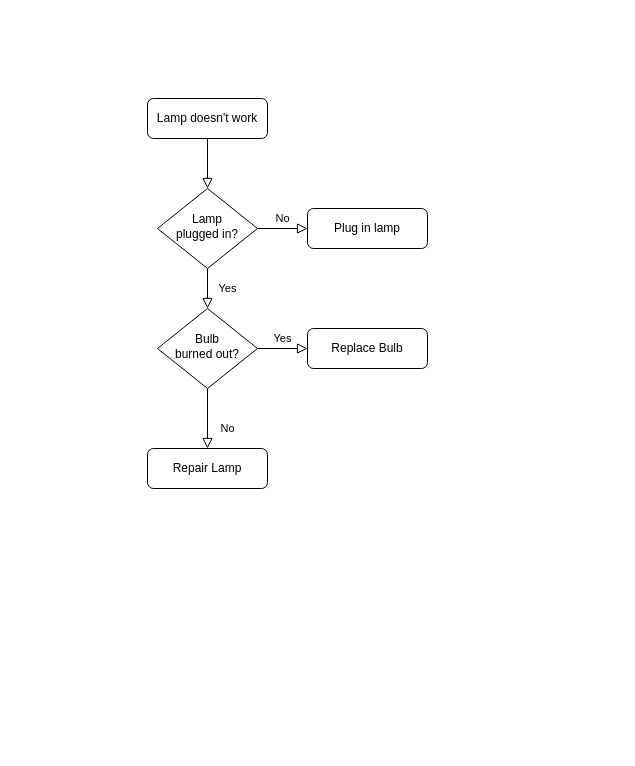
This is Untitled Diagram.drawio from keilon-araujo/teste, a draw.io file, before an edit. Source tidied: cells renumbered, new cells numbered last; positions are measured from the earlier drawing's top-left corner, leaving out a move shared by most shapes. Both pictures are drawn from the tidied source at 100%, with x=0, y=0 at pixel (147, 98).
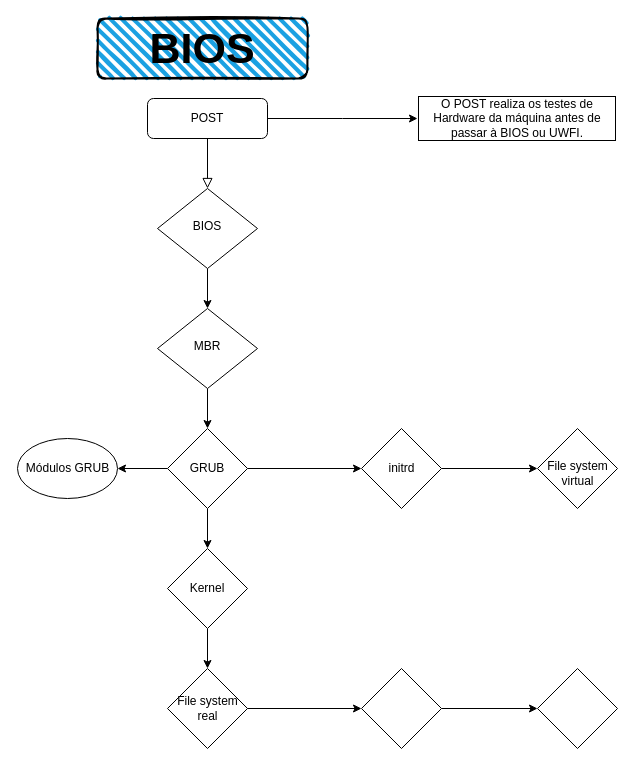
The same page after the edit.

What changed in the source:
```diff
@@
+    <mxCell id="13" style="edgeStyle=orthogonalEdgeStyle;rounded=0;jettySize=auto;html=1;fontSize=12;fontColor=#000000;" parent="1" edge="1" source="3">
+      <mxGeometry relative="1" as="geometry">
+        <mxPoint x="270" y="20" as="targetPoint" />
+      </mxGeometry>
+    </mxCell>
-    <mxCell id="3" value="Lamp doesn't work" style="rounded=1;whiteSpace=wrap;html=1;fontSize=12;glass=0;strokeWidth=1;shadow=0;" parent="1" vertex="1">
+    <mxCell id="3" value="POST" style="rounded=1;whiteSpace=wrap;html=1;fontSize=12;glass=0;strokeWidth=1;shadow=0;" parent="1" vertex="1">
       <mxGeometry width="120" height="40" as="geometry" />
     </mxCell>
-    <mxCell id="4" value="Yes" style="rounded=0;html=1;jettySize=auto;fontSize=11;endArrow=block;endFill=0;endSize=8;strokeWidth=1;shadow=0;labelBackgroundColor=none;edgeStyle=orthogonalEdgeStyle;" parent="1" edge="1" source="6" target="10">
-      <mxGeometry y="20" relative="1" as="geometry" />
+    <mxCell id="4" style="edgeStyle=orthogonalEdgeStyle;rounded=0;jettySize=auto;html=1;exitX=0.5;exitY=1;exitDx=0;exitDy=0;entryX=0.5;entryY=0;entryDx=0;entryDy=0;fontSize=43;fontColor=#000000;" parent="1" edge="1" source="6" target="10">
+      <mxGeometry relative="1" as="geometry" />
     </mxCell>
-    <mxCell id="5" value="No" style="edgeStyle=orthogonalEdgeStyle;rounded=0;html=1;jettySize=auto;fontSize=11;endArrow=block;endFill=0;endSize=8;strokeWidth=1;shadow=0;labelBackgroundColor=none;" parent="1" edge="1" source="6" target="7">
-      <mxGeometry y="10" relative="1" as="geometry" />
-    </mxCell>
-    <mxCell id="6" value="Lamp&lt;br&gt;plugged in?" style="rhombus;whiteSpace=wrap;html=1;shadow=0;fontFamily=Helvetica;fontSize=12;align=center;strokeWidth=1;spacing=6;spacingTop=-4;" parent="1" vertex="1">
+    <mxCell id="6" value="BIOS" style="rhombus;whiteSpace=wrap;html=1;shadow=0;fontFamily=Helvetica;fontSize=12;align=center;strokeWidth=1;spacing=6;spacingTop=-4;" parent="1" vertex="1">
       <mxGeometry x="10" y="90" width="100" height="80" as="geometry" />
     </mxCell>
-    <mxCell id="7" value="Plug in lamp" style="rounded=1;whiteSpace=wrap;html=1;fontSize=12;glass=0;strokeWidth=1;shadow=0;" parent="1" vertex="1">
-      <mxGeometry x="160" y="110" width="120" height="40" as="geometry" />
-    </mxCell>
-    <mxCell id="8" value="No" style="rounded=0;html=1;jettySize=auto;fontSize=11;endArrow=block;endFill=0;endSize=8;strokeWidth=1;shadow=0;labelBackgroundColor=none;edgeStyle=orthogonalEdgeStyle;" parent="1" edge="1" source="10" target="11">
-      <mxGeometry x="0.33" y="20" relative="1" as="geometry" />
-    </mxCell>
-    <mxCell id="9" value="Yes" style="edgeStyle=orthogonalEdgeStyle;rounded=0;html=1;jettySize=auto;fontSize=11;endArrow=block;endFill=0;endSize=8;strokeWidth=1;shadow=0;labelBackgroundColor=none;" parent="1" edge="1" source="10" target="12">
-      <mxGeometry y="10" relative="1" as="geometry" />
-    </mxCell>
+    <mxCell id="14" style="edgeStyle=orthogonalEdgeStyle;rounded=0;jettySize=auto;html=1;exitX=0.5;exitY=1;exitDx=0;exitDy=0;fontSize=43;fontColor=#000000;" parent="1" edge="1" source="10" target="20">
+      <mxGeometry relative="1" as="geometry" />
+    </mxCell>
-    <mxCell id="10" value="Bulb&lt;br&gt;burned out?" style="rhombus;whiteSpace=wrap;html=1;shadow=0;fontFamily=Helvetica;fontSize=12;align=center;strokeWidth=1;spacing=6;spacingTop=-4;" parent="1" vertex="1">
+    <mxCell id="10" value="MBR" style="rhombus;whiteSpace=wrap;html=1;shadow=0;fontFamily=Helvetica;fontSize=12;align=center;strokeWidth=1;spacing=6;spacingTop=-4;" parent="1" vertex="1">
       <mxGeometry x="10" y="210" width="100" height="80" as="geometry" />
     </mxCell>
-    <mxCell id="11" value="Repair Lamp" style="rounded=1;whiteSpace=wrap;html=1;fontSize=12;glass=0;strokeWidth=1;shadow=0;" parent="1" vertex="1">
-      <mxGeometry y="350" width="120" height="40" as="geometry" />
-    </mxCell>
-    <mxCell id="12" value="Replace Bulb" style="rounded=1;whiteSpace=wrap;html=1;fontSize=12;glass=0;strokeWidth=1;shadow=0;" parent="1" vertex="1">
-      <mxGeometry x="160" y="230" width="120" height="40" as="geometry" />
-    </mxCell>
+    <mxCell id="15" style="rounded=1;whiteSpace=wrap;html=1;strokeWidth=2;fillWeight=4;hachureGap=8;hachureAngle=45;fillColor=#1ba1e2;sketch=1;" parent="1" vertex="1">
+      <mxGeometry x="-50" y="-80" width="210" height="60" as="geometry" />
+    </mxCell>
+    <mxCell id="16" value="&lt;b style=&quot;font-size: 43px;&quot;&gt;&lt;font style=&quot;font-size: 43px;&quot;&gt;BIOS&lt;/font&gt;&lt;/b&gt;" style="text;html=1;align=center;verticalAlign=middle;whiteSpace=wrap;rounded=0;fontSize=43;" parent="1" vertex="1">
+      <mxGeometry x="35" y="-60" width="40" height="20" as="geometry" />
+    </mxCell>
+    <mxCell id="17" style="edgeStyle=orthogonalEdgeStyle;rounded=0;jettySize=auto;html=1;entryX=0;entryY=0.5;entryDx=0;entryDy=0;fontSize=43;fontColor=#000000;" parent="1" edge="1" source="20" target="22">
+      <mxGeometry relative="1" as="geometry" />
+    </mxCell>
+    <mxCell id="18" style="edgeStyle=orthogonalEdgeStyle;rounded=0;jettySize=auto;html=1;exitX=0;exitY=0.5;exitDx=0;exitDy=0;entryX=1;entryY=0.5;entryDx=0;entryDy=0;fontSize=12;fontColor=#000000;" parent="1" edge="1" source="20" target="24">
+      <mxGeometry relative="1" as="geometry" />
+    </mxCell>
+    <mxCell id="19" style="edgeStyle=orthogonalEdgeStyle;rounded=0;jettySize=auto;html=1;exitX=0.5;exitY=1;exitDx=0;exitDy=0;entryX=0.5;entryY=0;entryDx=0;entryDy=0;fontSize=12;fontColor=#000000;" parent="1" edge="1" source="20" target="29">
+      <mxGeometry relative="1" as="geometry" />
+    </mxCell>
+    <mxCell id="20" style="rhombus;whiteSpace=wrap;html=1;strokeWidth=1;fontSize=43;fontColor=#000000;" parent="1" vertex="1">
+      <mxGeometry x="20" y="330" width="80" height="80" as="geometry" />
+    </mxCell>
+    <mxCell id="21" style="edgeStyle=orthogonalEdgeStyle;rounded=0;jettySize=auto;html=1;exitX=1;exitY=0.5;exitDx=0;exitDy=0;fontSize=12;fontColor=#000000;" parent="1" edge="1" source="22" target="27">
+      <mxGeometry relative="1" as="geometry" />
+    </mxCell>
+    <mxCell id="22" style="rhombus;whiteSpace=wrap;html=1;strokeWidth=1;fontSize=43;fontColor=#000000;" parent="1" vertex="1">
+      <mxGeometry x="214" y="330" width="80" height="80" as="geometry" />
+    </mxCell>
+    <mxCell id="23" value="GRUB&lt;br style=&quot;font-size: 12px;&quot;&gt;" style="text;html=1;strokeColor=none;fillColor=none;align=center;verticalAlign=middle;whiteSpace=wrap;rounded=0;fontSize=12;fontColor=#000000;" parent="1" vertex="1">
+      <mxGeometry x="40" y="360" width="40" height="20" as="geometry" />
+    </mxCell>
+    <mxCell id="24" style="ellipse;whiteSpace=wrap;html=1;strokeWidth=1;fontSize=12;fontColor=#000000;" parent="1" vertex="1">
+      <mxGeometry x="-130" y="340" width="100" height="60" as="geometry" />
+    </mxCell>
+    <mxCell id="25" value="Módulos GRUB&lt;br&gt;" style="text;html=1;align=center;verticalAlign=middle;fontSize=12;fontColor=#000000;" parent="1" vertex="1">
+      <mxGeometry x="-130" y="360" width="100" height="20" as="geometry" />
+    </mxCell>
+    <mxCell id="26" value="O POST realiza os testes de Hardware da máquina antes de passar à BIOS ou UWFI." style="text;html=1;strokeColor=none;fillColor=none;align=center;verticalAlign=middle;whiteSpace=wrap;rounded=0;labelBackgroundColor=#ffffff;fontSize=12;fontColor=#000000;labelBorderColor=#000000;" parent="1" vertex="1">
+      <mxGeometry x="270" y="-10" width="200" height="60" as="geometry" />
+    </mxCell>
+    <mxCell id="27" style="rhombus;whiteSpace=wrap;html=1;labelBackgroundColor=#ffffff;strokeWidth=1;fontSize=12;fontColor=#000000;" parent="1" vertex="1">
+      <mxGeometry x="390" y="330" width="80" height="80" as="geometry" />
+    </mxCell>
+    <mxCell id="28" style="edgeStyle=orthogonalEdgeStyle;rounded=0;jettySize=auto;html=1;exitX=0.5;exitY=1;exitDx=0;exitDy=0;entryX=0.5;entryY=0;entryDx=0;entryDy=0;fontSize=12;fontColor=#000000;" parent="1" edge="1" source="29" target="30">
+      <mxGeometry relative="1" as="geometry" />
+    </mxCell>
+    <mxCell id="29" style="rhombus;whiteSpace=wrap;html=1;labelBackgroundColor=#ffffff;strokeWidth=1;fontSize=12;fontColor=#000000;" parent="1" vertex="1">
+      <mxGeometry x="20" y="450" width="80" height="80" as="geometry" />
+    </mxCell>
+    <mxCell id="30" style="rhombus;whiteSpace=wrap;html=1;labelBackgroundColor=#ffffff;strokeWidth=1;fontSize=12;fontColor=#000000;" parent="1" vertex="1">
+      <mxGeometry x="20" y="570" width="80" height="80" as="geometry" />
+    </mxCell>
+    <mxCell id="31" style="rhombus;whiteSpace=wrap;html=1;labelBackgroundColor=#ffffff;strokeWidth=1;fontSize=12;fontColor=#000000;" parent="1" vertex="1">
+      <mxGeometry x="390" y="570" width="80" height="80" as="geometry" />
+    </mxCell>
+    <mxCell id="32" style="edgeStyle=orthogonalEdgeStyle;rounded=0;jettySize=auto;html=1;exitX=1;exitY=0.5;exitDx=0;exitDy=0;fontSize=12;fontColor=#000000;" parent="1" edge="1" source="33" target="31">
+      <mxGeometry relative="1" as="geometry" />
+    </mxCell>
+    <mxCell id="33" style="rhombus;whiteSpace=wrap;html=1;labelBackgroundColor=#ffffff;strokeWidth=1;fontSize=12;fontColor=#000000;" parent="1" vertex="1">
+      <mxGeometry x="214" y="570" width="80" height="80" as="geometry" />
+    </mxCell>
+    <mxCell id="34" value="Kernel" style="text;html=1;strokeColor=none;fillColor=none;align=center;verticalAlign=middle;whiteSpace=wrap;rounded=0;labelBackgroundColor=#ffffff;fontSize=12;fontColor=#000000;" parent="1" vertex="1">
+      <mxGeometry x="40" y="480" width="40" height="20" as="geometry" />
+    </mxCell>
+    <mxCell id="35" style="edgeStyle=orthogonalEdgeStyle;rounded=0;jettySize=auto;html=1;fontSize=12;fontColor=#000000;" parent="1" edge="1" source="36" target="33">
+      <mxGeometry relative="1" as="geometry" />
+    </mxCell>
+    <mxCell id="36" value="File system&lt;br&gt;real" style="text;html=1;align=center;verticalAlign=middle;points=[];fontSize=12;fontColor=#000000;" parent="1" vertex="1">
+      <mxGeometry x="20" y="595" width="80" height="30" as="geometry" />
+    </mxCell>
+    <mxCell id="37" value="initrd" style="text;html=1;align=center;verticalAlign=middle;fontSize=12;fontColor=#000000;" parent="1" vertex="1">
+      <mxGeometry x="234" y="360" width="40" height="20" as="geometry" />
+    </mxCell>
+    <mxCell id="38" value="File system&lt;br&gt;virtual" style="text;html=1;align=center;verticalAlign=middle;fontSize=12;fontColor=#000000;" parent="1" vertex="1">
+      <mxGeometry x="390" y="360" width="80" height="30" as="geometry" />
+    </mxCell>
```
